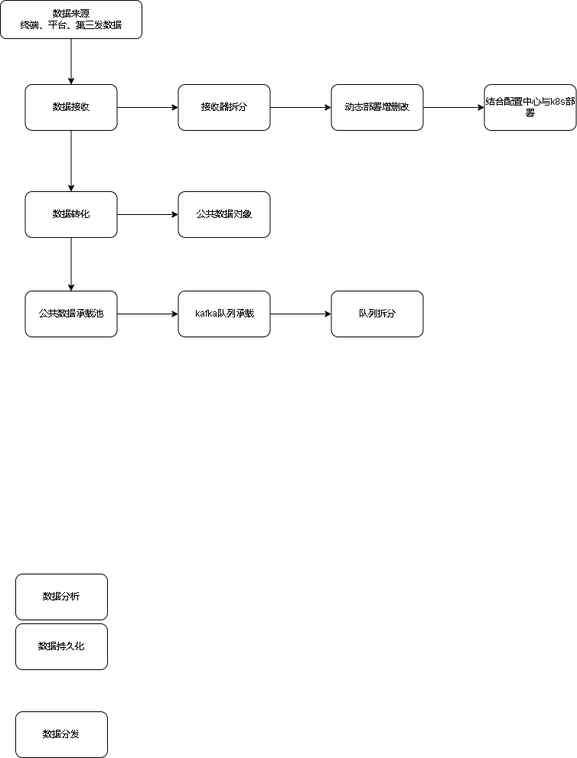
The draw.io diagram 808后台架构.drawio.png in xktder/draw, before a commit. Source tidied: cells renumbered, new cells last; positions are measured from the earlier drawing's top-left corner, leaving out a move shared by most shapes.
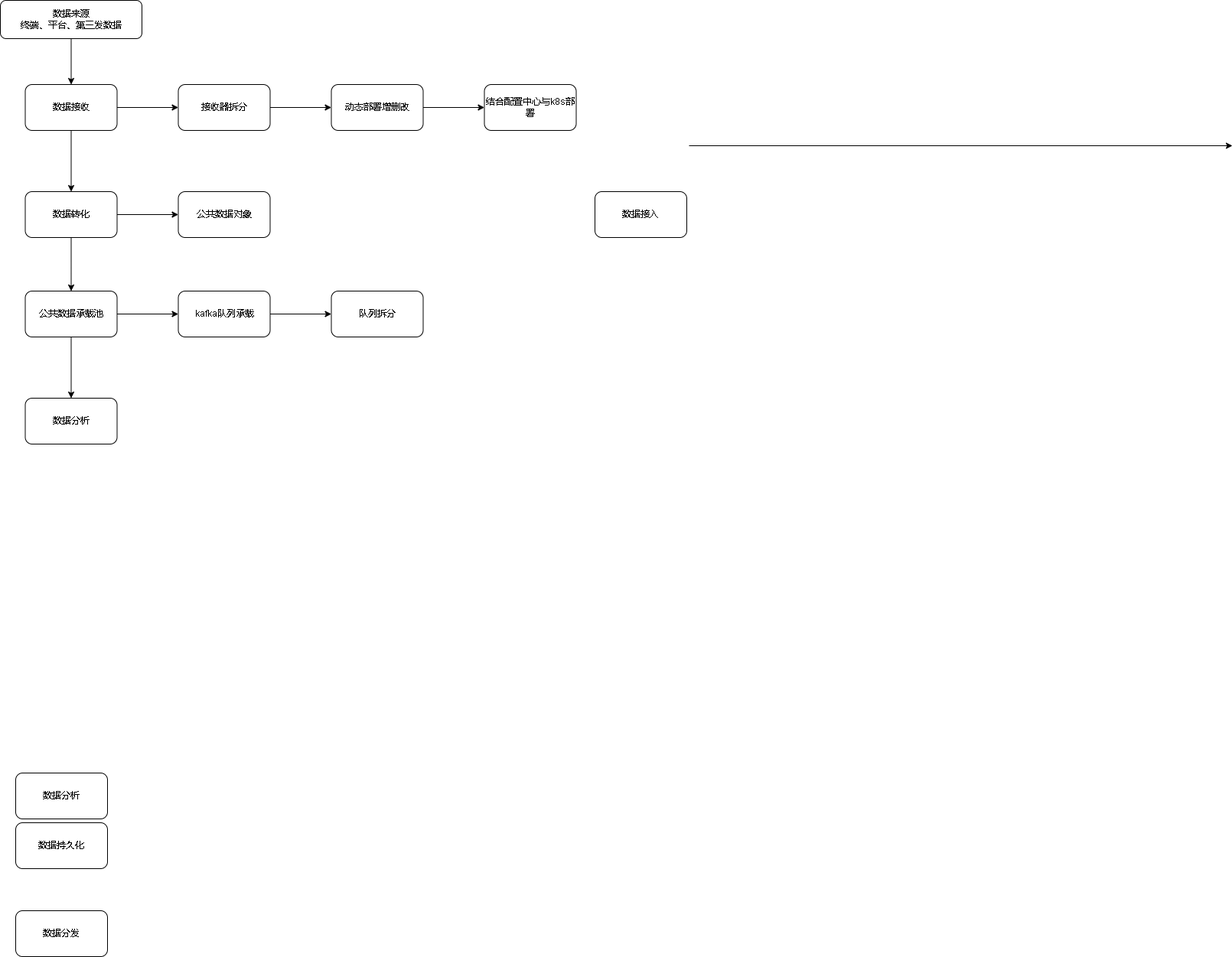
After the commit.

Commit message:
更新808后台架构.drawio.png

Change to the diagram source:
```diff
@@ -18,13 +18,13 @@
       <mxGeometry x="32.5" y="110" width="120" height="60" as="geometry" />
     </mxCell>
     <mxCell id="7" value="数据分析" style="rounded=1;whiteSpace=wrap;html=1;" parent="1" vertex="1">
-      <mxGeometry x="20" y="750" width="120" height="60" as="geometry" />
+      <mxGeometry x="20" y="1010" width="120" height="60" as="geometry" />
     </mxCell>
     <mxCell id="8" value="数据持久化" style="rounded=1;whiteSpace=wrap;html=1;" parent="1" vertex="1">
-      <mxGeometry x="20" y="815" width="120" height="60" as="geometry" />
+      <mxGeometry x="20" y="1075" width="120" height="60" as="geometry" />
     </mxCell>
     <mxCell id="9" value="数据分发" style="rounded=1;whiteSpace=wrap;html=1;" parent="1" vertex="1">
-      <mxGeometry x="20" y="930" width="120" height="60" as="geometry" />
+      <mxGeometry x="20" y="1190" width="120" height="60" as="geometry" />
     </mxCell>
     <mxCell id="10" style="edgeStyle=orthogonalEdgeStyle;curved=1;rounded=0;jettySize=auto;html=1;" parent="1" edge="1" source="11" target="13">
       <mxGeometry relative="1" as="geometry" />
@@ -56,6 +56,9 @@
     <mxCell id="19" style="edgeStyle=orthogonalEdgeStyle;curved=1;rounded=0;jettySize=auto;html=1;" parent="1" edge="1" source="20" target="22">
       <mxGeometry relative="1" as="geometry" />
     </mxCell>
+    <mxCell id="24" style="edgeStyle=orthogonalEdgeStyle;curved=1;rounded=0;jettySize=auto;html=1;" parent="1" edge="1" source="20" target="25">
+      <mxGeometry relative="1" as="geometry" />
+    </mxCell>
     <mxCell id="20" value="公共数据承载池" style="whiteSpace=wrap;html=1;rounded=1;" parent="1" vertex="1">
       <mxGeometry x="32.5" y="380" width="120" height="60" as="geometry" />
     </mxCell>
@@ -68,5 +71,17 @@
     <mxCell id="23" value="队列拆分" style="whiteSpace=wrap;html=1;rounded=1;" parent="1" vertex="1">
       <mxGeometry x="432.5" y="380" width="120" height="60" as="geometry" />
     </mxCell>
+    <mxCell id="25" value="数据分析" style="whiteSpace=wrap;html=1;rounded=1;" parent="1" vertex="1">
+      <mxGeometry x="32.5" y="520" width="120" height="60" as="geometry" />
+    </mxCell>
+    <mxCell id="26" value="数据接入" style="rounded=1;whiteSpace=wrap;html=1;" parent="1" vertex="1">
+      <mxGeometry x="777" y="250" width="120" height="60" as="geometry" />
+    </mxCell>
+    <mxCell id="27" style="endArrow=classic;html=1;rounded=0;curved=1;" parent="1" edge="1">
+      <mxGeometry relative="1" as="geometry">
+        <mxPoint x="900" y="190" as="sourcePoint" />
+        <mxPoint x="1610" y="190" as="targetPoint" />
+      </mxGeometry>
+    </mxCell>
   </root>
 </mxGraphModel>
```
